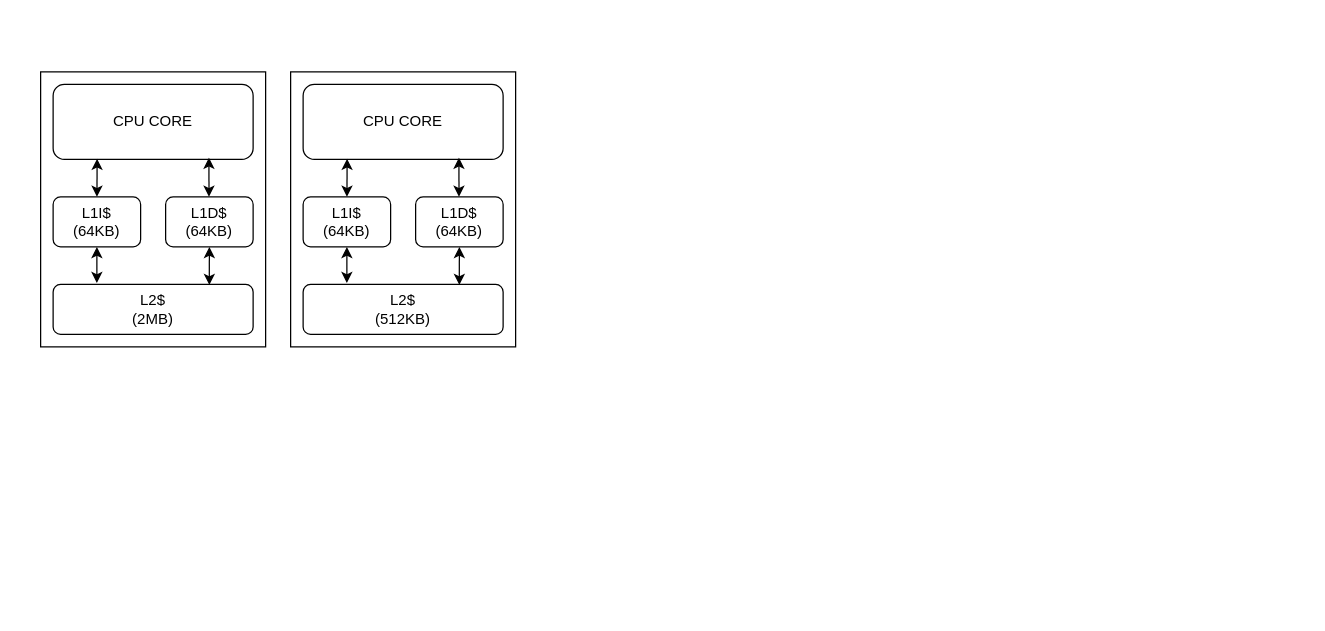
Earlier version of the draw.io diagram page "cache-cfg" (2 of 3) of cpu-cache.drawio (michaelyaoxxx/draw_io). Source tidied: cells renumbered, new cells numbered last; positions are measured from the earlier drawing's top-left corner, leaving out a move shared by most shapes. Both pictures are drawn from the tidied source at 125%, with x=0, y=0 at pixel (40, 71).
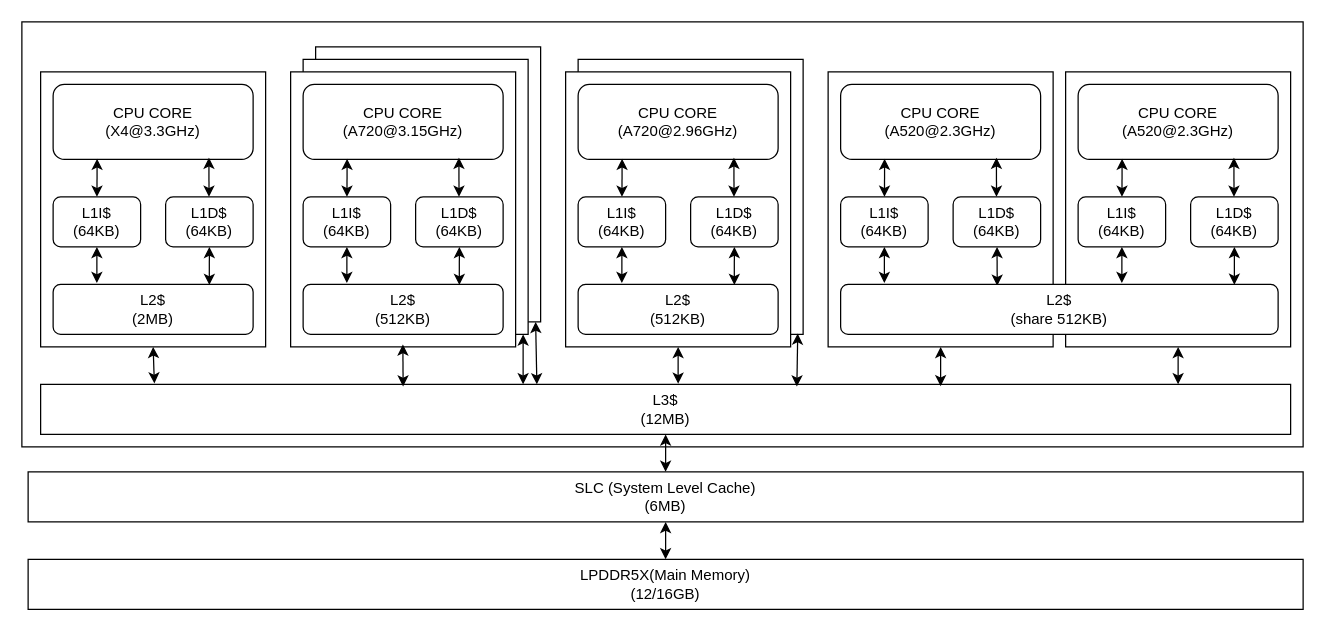
After the change.

The edit, as a diff of the source:
```diff
@@
+    <mxCell id="20" style="rounded=0;whiteSpace=wrap;html=1;" parent="1" vertex="1">
+      <mxGeometry x="-15" y="-40" width="1025" height="340" as="geometry" />
+    </mxCell>
+    <mxCell id="21" style="rounded=0;whiteSpace=wrap;html=1;" parent="1" vertex="1">
+      <mxGeometry x="220" y="-20" width="180" height="220" as="geometry" />
+    </mxCell>
+    <mxCell id="22" style="rounded=0;whiteSpace=wrap;html=1;" parent="1" vertex="1">
+      <mxGeometry x="210" y="-10" width="180" height="220" as="geometry" />
+    </mxCell>
@@
-    <mxCell id="3" value="CPU CORE" style="rounded=1;whiteSpace=wrap;html=1;" parent="1" vertex="1">
+    <mxCell id="3" value="CPU CORE&lt;div&gt;(X4@3.3GHz)&lt;/div&gt;" style="rounded=1;whiteSpace=wrap;html=1;" parent="1" vertex="1">
       <mxGeometry x="10" y="10" width="160" height="60" as="geometry" />
     </mxCell>
@@
-    <mxCell id="12" value="CPU CORE" style="rounded=1;whiteSpace=wrap;html=1;" parent="1" vertex="1">
+    <mxCell id="12" value="CPU CORE&lt;div&gt;(A720@3.15GHz)&lt;/div&gt;" style="rounded=1;whiteSpace=wrap;html=1;" parent="1" vertex="1">
       <mxGeometry x="210" y="10" width="160" height="60" as="geometry" />
     </mxCell>
@@
+    <mxCell id="23" style="rounded=0;whiteSpace=wrap;html=1;" parent="1" vertex="1">
+      <mxGeometry x="430" y="-10" width="180" height="220" as="geometry" />
+    </mxCell>
+    <mxCell id="24" style="rounded=0;whiteSpace=wrap;html=1;" parent="1" vertex="1">
+      <mxGeometry x="420" width="180" height="220" as="geometry" />
+    </mxCell>
+    <mxCell id="25" value="CPU CORE&lt;div&gt;(A720@2.96GHz)&lt;/div&gt;" style="rounded=1;whiteSpace=wrap;html=1;" parent="1" vertex="1">
+      <mxGeometry x="430" y="10" width="160" height="60" as="geometry" />
+    </mxCell>
+    <mxCell id="26" value="L1I$&lt;div&gt;(64KB)&lt;/div&gt;" style="rounded=1;whiteSpace=wrap;html=1;" parent="1" vertex="1">
+      <mxGeometry x="430" y="100" width="70" height="40" as="geometry" />
+    </mxCell>
+    <mxCell id="27" value="L1D$&lt;div&gt;(64KB)&lt;/div&gt;" style="rounded=1;whiteSpace=wrap;html=1;" parent="1" vertex="1">
+      <mxGeometry x="520" y="100" width="70" height="40" as="geometry" />
+    </mxCell>
+    <mxCell id="28" value="L2$&lt;div&gt;(512KB)&lt;/div&gt;" style="rounded=1;whiteSpace=wrap;html=1;" parent="1" vertex="1">
+      <mxGeometry x="430" y="170" width="160" height="40" as="geometry" />
+    </mxCell>
+    <mxCell id="29" style="endArrow=classic;startArrow=classic;html=1;rounded=0;entryX=0.22;entryY=0.992;entryDx=0;entryDy=0;entryPerimeter=0;" parent="1" edge="1" source="26" target="25">
+      <mxGeometry relative="1" as="geometry" />
+    </mxCell>
+    <mxCell id="30" style="endArrow=classic;startArrow=classic;html=1;rounded=0;entryX=0.779;entryY=0.977;entryDx=0;entryDy=0;entryPerimeter=0;" parent="1" edge="1" target="25">
+      <mxGeometry relative="1" as="geometry">
+        <mxPoint x="554.7" y="100" as="sourcePoint" />
+      </mxGeometry>
+    </mxCell>
+    <mxCell id="31" style="endArrow=classic;startArrow=classic;html=1;rounded=0;" parent="1" edge="1" target="26">
+      <mxGeometry relative="1" as="geometry">
+        <mxPoint x="465" y="169" as="sourcePoint" />
+      </mxGeometry>
+    </mxCell>
+    <mxCell id="32" style="endArrow=classic;startArrow=classic;html=1;rounded=0;exitX=0.781;exitY=0.011;exitDx=0;exitDy=0;exitPerimeter=0;" parent="1" edge="1" source="28" target="27">
+      <mxGeometry relative="1" as="geometry" />
+    </mxCell>
+    <mxCell id="33" style="rounded=0;whiteSpace=wrap;html=1;" parent="1" vertex="1">
+      <mxGeometry x="630" width="180" height="220" as="geometry" />
+    </mxCell>
+    <mxCell id="34" value="CPU CORE&lt;div&gt;(A520@2.3GHz)&lt;/div&gt;" style="rounded=1;whiteSpace=wrap;html=1;" parent="1" vertex="1">
+      <mxGeometry x="640" y="10" width="160" height="60" as="geometry" />
+    </mxCell>
+    <mxCell id="35" value="L1I$&lt;div&gt;(64KB)&lt;/div&gt;" style="rounded=1;whiteSpace=wrap;html=1;" parent="1" vertex="1">
+      <mxGeometry x="640" y="100" width="70" height="40" as="geometry" />
+    </mxCell>
+    <mxCell id="36" value="L1D$&lt;div&gt;(64KB)&lt;/div&gt;" style="rounded=1;whiteSpace=wrap;html=1;" parent="1" vertex="1">
+      <mxGeometry x="730" y="100" width="70" height="40" as="geometry" />
+    </mxCell>
+    <mxCell id="37" style="endArrow=classic;startArrow=classic;html=1;rounded=0;entryX=0.22;entryY=0.992;entryDx=0;entryDy=0;entryPerimeter=0;" parent="1" edge="1" source="35" target="34">
+      <mxGeometry relative="1" as="geometry" />
+    </mxCell>
+    <mxCell id="38" style="endArrow=classic;startArrow=classic;html=1;rounded=0;entryX=0.779;entryY=0.977;entryDx=0;entryDy=0;entryPerimeter=0;" parent="1" edge="1" target="34">
+      <mxGeometry relative="1" as="geometry">
+        <mxPoint x="764.7" y="100" as="sourcePoint" />
+      </mxGeometry>
+    </mxCell>
+    <mxCell id="39" style="endArrow=classic;startArrow=classic;html=1;rounded=0;" parent="1" edge="1" target="35">
+      <mxGeometry relative="1" as="geometry">
+        <mxPoint x="675" y="169" as="sourcePoint" />
+      </mxGeometry>
+    </mxCell>
+    <mxCell id="40" style="endArrow=classic;startArrow=classic;html=1;rounded=0;exitX=0.358;exitY=0.029;exitDx=0;exitDy=0;exitPerimeter=0;" parent="1" edge="1" source="49" target="36">
+      <mxGeometry relative="1" as="geometry" />
+    </mxCell>
+    <mxCell id="41" style="rounded=0;whiteSpace=wrap;html=1;" parent="1" vertex="1">
+      <mxGeometry x="820" width="180" height="220" as="geometry" />
+    </mxCell>
+    <mxCell id="42" value="CPU CORE&lt;div&gt;(A520@2.3GHz)&lt;/div&gt;" style="rounded=1;whiteSpace=wrap;html=1;" parent="1" vertex="1">
+      <mxGeometry x="830" y="10" width="160" height="60" as="geometry" />
+    </mxCell>
+    <mxCell id="43" value="L1I$&lt;div&gt;(64KB)&lt;/div&gt;" style="rounded=1;whiteSpace=wrap;html=1;" parent="1" vertex="1">
+      <mxGeometry x="830" y="100" width="70" height="40" as="geometry" />
+    </mxCell>
+    <mxCell id="44" value="L1D$&lt;div&gt;(64KB)&lt;/div&gt;" style="rounded=1;whiteSpace=wrap;html=1;" parent="1" vertex="1">
+      <mxGeometry x="920" y="100" width="70" height="40" as="geometry" />
+    </mxCell>
+    <mxCell id="45" style="endArrow=classic;startArrow=classic;html=1;rounded=0;entryX=0.22;entryY=0.992;entryDx=0;entryDy=0;entryPerimeter=0;" parent="1" edge="1" source="43" target="42">
+      <mxGeometry relative="1" as="geometry" />
+    </mxCell>
+    <mxCell id="46" style="endArrow=classic;startArrow=classic;html=1;rounded=0;entryX=0.779;entryY=0.977;entryDx=0;entryDy=0;entryPerimeter=0;" parent="1" edge="1" target="42">
+      <mxGeometry relative="1" as="geometry">
+        <mxPoint x="954.7" y="100" as="sourcePoint" />
+      </mxGeometry>
+    </mxCell>
+    <mxCell id="47" style="endArrow=classic;startArrow=classic;html=1;rounded=0;" parent="1" edge="1" target="43">
+      <mxGeometry relative="1" as="geometry">
+        <mxPoint x="865" y="169" as="sourcePoint" />
+      </mxGeometry>
+    </mxCell>
+    <mxCell id="48" style="endArrow=classic;startArrow=classic;html=1;rounded=0;exitX=0.781;exitY=0.011;exitDx=0;exitDy=0;exitPerimeter=0;" parent="1" edge="1" target="44">
+      <mxGeometry relative="1" as="geometry">
+        <mxPoint x="955" y="170.4" as="sourcePoint" />
+      </mxGeometry>
+    </mxCell>
+    <mxCell id="49" value="L2$&lt;div&gt;(share 512KB)&lt;/div&gt;" style="rounded=1;whiteSpace=wrap;html=1;" parent="1" vertex="1">
+      <mxGeometry x="640" y="170" width="350" height="40" as="geometry" />
+    </mxCell>
+    <mxCell id="50" value="L3$&lt;div&gt;(12MB)&lt;/div&gt;" style="rounded=0;whiteSpace=wrap;html=1;" parent="1" vertex="1">
+      <mxGeometry y="250" width="1000" height="40" as="geometry" />
+    </mxCell>
+    <mxCell id="51" value="SLC (System Level Cache)&lt;br&gt;&lt;div&gt;(6MB)&lt;/div&gt;" style="rounded=0;whiteSpace=wrap;html=1;" parent="1" vertex="1">
+      <mxGeometry x="-10" y="320" width="1020" height="40" as="geometry" />
+    </mxCell>
+    <mxCell id="52" value="LPDDR5X(Main Memory)&lt;br&gt;&lt;div&gt;(12/16GB)&lt;/div&gt;" style="rounded=0;whiteSpace=wrap;html=1;" parent="1" vertex="1">
+      <mxGeometry x="-10" y="390" width="1020" height="40" as="geometry" />
+    </mxCell>
+    <mxCell id="53" style="endArrow=classic;startArrow=classic;html=1;rounded=0;exitX=0.091;exitY=-0.019;exitDx=0;exitDy=0;exitPerimeter=0;" parent="1" edge="1" source="50">
+      <mxGeometry relative="1" as="geometry">
+        <mxPoint x="90" y="220" as="targetPoint" />
+      </mxGeometry>
+    </mxCell>
+    <mxCell id="54" style="endArrow=classic;startArrow=classic;html=1;rounded=0;exitX=0.29;exitY=0.043;exitDx=0;exitDy=0;exitPerimeter=0;" parent="1" edge="1" source="50">
+      <mxGeometry relative="1" as="geometry">
+        <mxPoint x="289.8" y="218" as="targetPoint" />
+      </mxGeometry>
+    </mxCell>
+    <mxCell id="55" style="endArrow=classic;startArrow=classic;html=1;rounded=0;exitX=0.386;exitY=0;exitDx=0;exitDy=0;exitPerimeter=0;" parent="1" edge="1" source="50">
+      <mxGeometry relative="1" as="geometry">
+        <mxPoint x="386" y="210" as="targetPoint" />
+      </mxGeometry>
+    </mxCell>
+    <mxCell id="56" style="endArrow=classic;startArrow=classic;html=1;rounded=0;exitX=0.397;exitY=-0.001;exitDx=0;exitDy=0;exitPerimeter=0;" parent="1" edge="1" source="50">
+      <mxGeometry relative="1" as="geometry">
+        <mxPoint x="396" y="200" as="targetPoint" />
+      </mxGeometry>
+    </mxCell>
+    <mxCell id="57" style="endArrow=classic;startArrow=classic;html=1;rounded=0;entryX=0.5;entryY=1;entryDx=0;entryDy=0;exitX=0.51;exitY=-0.014;exitDx=0;exitDy=0;exitPerimeter=0;" parent="1" edge="1" source="50" target="24">
+      <mxGeometry relative="1" as="geometry" />
+    </mxCell>
+    <mxCell id="58" style="endArrow=classic;startArrow=classic;html=1;rounded=0;exitX=0.72;exitY=0.037;exitDx=0;exitDy=0;exitPerimeter=0;entryX=0.5;entryY=1;entryDx=0;entryDy=0;" parent="1" edge="1" source="50" target="33">
+      <mxGeometry relative="1" as="geometry" />
+    </mxCell>
+    <mxCell id="59" style="endArrow=classic;startArrow=classic;html=1;rounded=0;entryX=0.976;entryY=0.997;entryDx=0;entryDy=0;entryPerimeter=0;exitX=0.605;exitY=0.043;exitDx=0;exitDy=0;exitPerimeter=0;" parent="1" edge="1" source="50" target="23">
+      <mxGeometry relative="1" as="geometry" />
+    </mxCell>
+    <mxCell id="60" style="endArrow=classic;startArrow=classic;html=1;rounded=0;entryX=0.5;entryY=1;entryDx=0;entryDy=0;" parent="1" edge="1" target="41">
+      <mxGeometry relative="1" as="geometry">
+        <mxPoint x="910" y="250" as="sourcePoint" />
+      </mxGeometry>
+    </mxCell>
+    <mxCell id="61" style="endArrow=classic;startArrow=classic;html=1;rounded=0;exitX=0.5;exitY=0;exitDx=0;exitDy=0;entryX=0.5;entryY=1;entryDx=0;entryDy=0;" parent="1" edge="1" source="51" target="50">
+      <mxGeometry relative="1" as="geometry" />
+    </mxCell>
+    <mxCell id="62" style="endArrow=classic;startArrow=classic;html=1;rounded=0;entryX=0.5;entryY=0;entryDx=0;entryDy=0;exitX=0.5;exitY=1;exitDx=0;exitDy=0;" parent="1" edge="1" source="51" target="52">
+      <mxGeometry relative="1" as="geometry" />
+    </mxCell>
```
